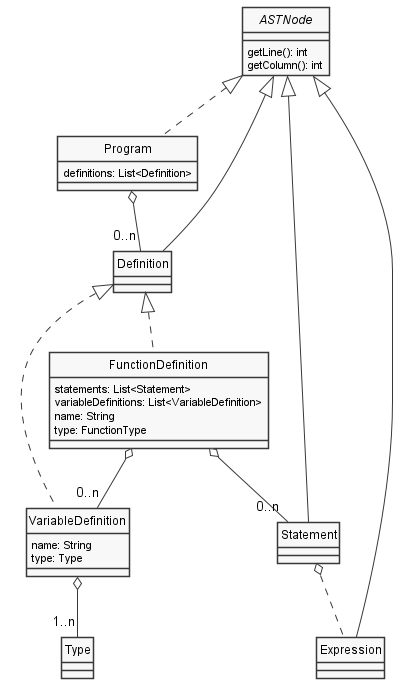
The PlantUML diagram docs/diagrams/Program.png in uo271288/dlp-compiler, before a commit.
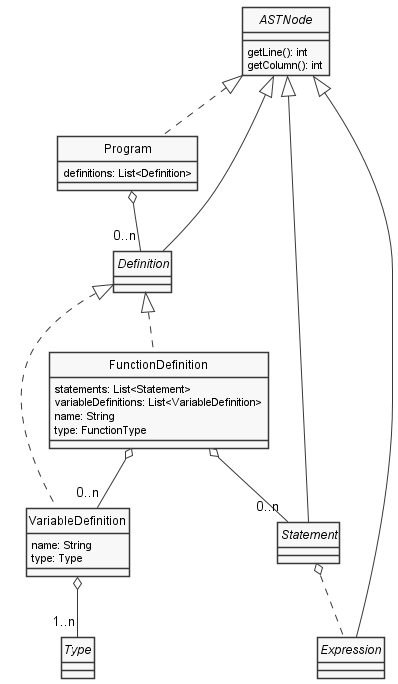
After the change.

What changed in the source:
```diff
@@ -12,11 +12,11 @@
     definitions: List<Definition>
 }
 
-class Statement
+interface Statement
 
-class Expression
+interface Expression
 
-class Definition
+interface Definition
 
 class VariableDefinition {
     name: String
@@ -30,7 +30,7 @@
     type: FunctionType
 }
 
-class Type
+interface Type
 
 ASTNode <|.. Program
 ASTNode <|-- Statement
```
